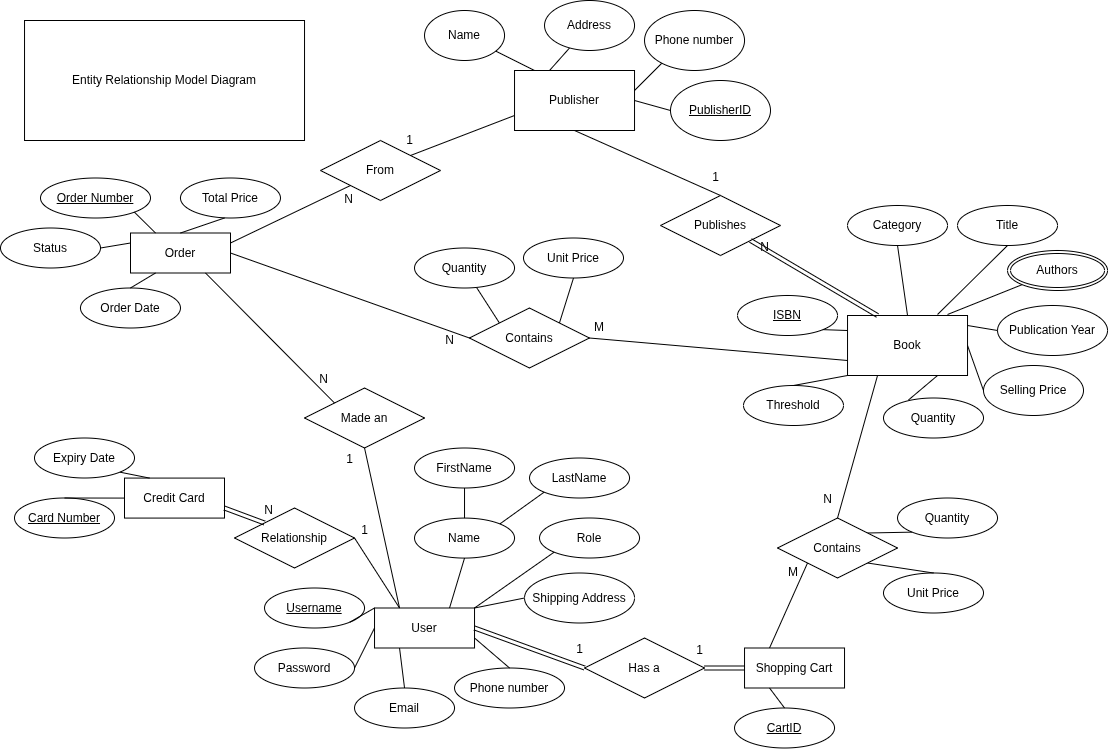
seifmaazouz/order-processing-system keeps this draw.io diagram as src/Database/images/ERD.png. Above is the earlier version. Source tidied: cells renumbered, new cells last; positions are measured from the earlier drawing's top-left corner, leaving out a move shared by most shapes.
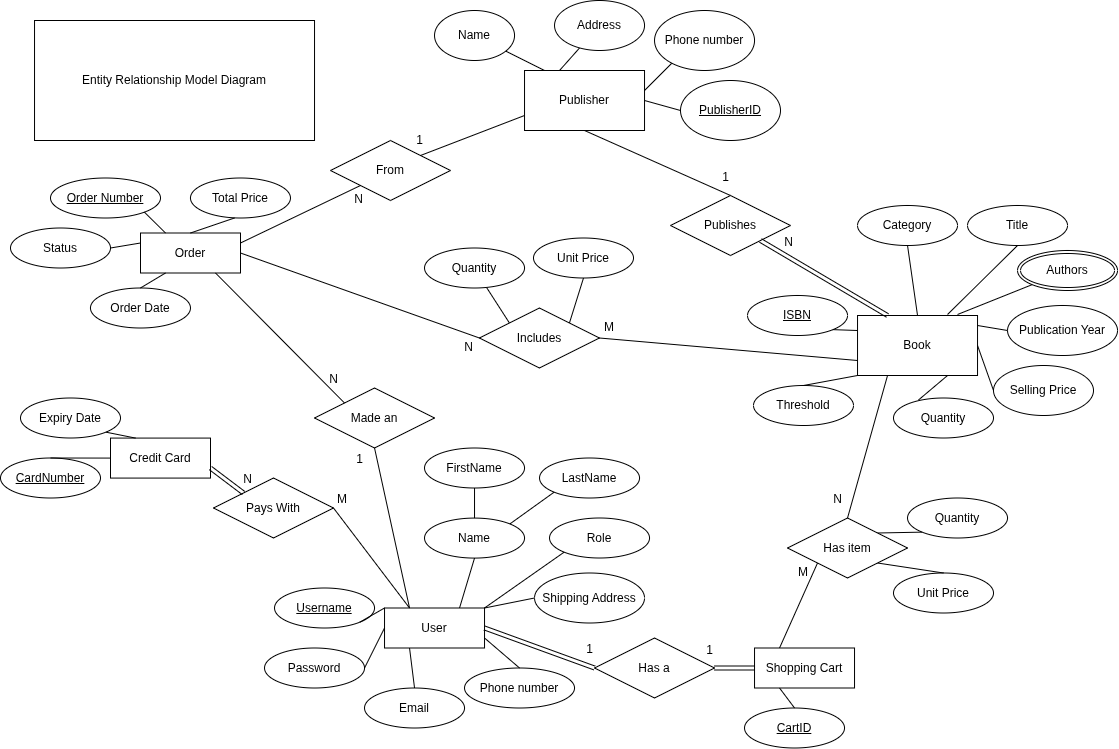
After the change.

Commit message:
Feature: added cardholder table to represent many to many relationship

The edit, as a diff of the source:
```diff
@@ -165,7 +165,7 @@
     </mxCell>
     <mxCell id="49" value="N" style="html=1;whiteSpace=wrap;align=right;verticalAlign=bottom;" parent="48" vertex="1">
       <mxGeometry x="1" relative="1" as="geometry">
-        <mxPoint x="20" y="15" as="offset" />
+        <mxPoint x="34" y="10" as="offset" />
       </mxGeometry>
     </mxCell>
     <mxCell id="50" value="Quantity" style="ellipse;whiteSpace=wrap;html=1;align=center;" parent="1" vertex="1">
@@ -197,27 +197,27 @@
       </mxGeometry>
     </mxCell>
     <mxCell id="58" value="Credit Card" style="whiteSpace=wrap;html=1;align=center;" parent="1" vertex="1">
-      <mxGeometry x="124" y="477.6" width="100" height="40" as="geometry" />
+      <mxGeometry x="100" y="437.6" width="100" height="40" as="geometry" />
     </mxCell>
-    <mxCell id="59" value="Card Number" style="ellipse;whiteSpace=wrap;html=1;align=center;fontStyle=4;" parent="1" vertex="1">
-      <mxGeometry x="14" y="497.5" width="100" height="40" as="geometry" />
+    <mxCell id="59" value="CardNumber" style="ellipse;whiteSpace=wrap;html=1;align=center;fontStyle=4;" parent="1" vertex="1">
+      <mxGeometry x="-10" y="457.5" width="100" height="40" as="geometry" />
     </mxCell>
     <mxCell id="60" style="endArrow=none;html=1;rounded=0;exitX=0.5;exitY=0;exitDx=0;exitDy=0;entryX=0;entryY=0.5;entryDx=0;entryDy=0;" parent="1" edge="1" source="59" target="58">
       <mxGeometry relative="1" as="geometry" />
     </mxCell>
     <mxCell id="61" value="Expiry Date" style="ellipse;whiteSpace=wrap;html=1;align=center;" parent="1" vertex="1">
-      <mxGeometry x="34" y="437.5" width="100" height="40" as="geometry" />
+      <mxGeometry x="10" y="397.5" width="100" height="40" as="geometry" />
     </mxCell>
     <mxCell id="62" style="endArrow=none;html=1;rounded=0;exitX=0.25;exitY=0;exitDx=0;exitDy=0;entryX=1;entryY=1;entryDx=0;entryDy=0;" parent="1" edge="1" source="58" target="61">
       <mxGeometry relative="1" as="geometry" />
     </mxCell>
-    <mxCell id="63" value="Relationship" style="shape=rhombus;perimeter=rhombusPerimeter;whiteSpace=wrap;html=1;align=center;" parent="1" vertex="1">
-      <mxGeometry x="234" y="507.5" width="120" height="60" as="geometry" />
+    <mxCell id="63" value="Pays With" style="shape=rhombus;perimeter=rhombusPerimeter;whiteSpace=wrap;html=1;align=center;" parent="1" vertex="1">
+      <mxGeometry x="203" y="477.5" width="120" height="60" as="geometry" />
     </mxCell>
     <mxCell id="64" style="endArrow=none;html=1;rounded=0;exitX=0.25;exitY=0;exitDx=0;exitDy=0;entryX=1;entryY=0.5;entryDx=0;entryDy=0;" parent="1" edge="1" source="29" target="63">
       <mxGeometry relative="1" as="geometry" />
     </mxCell>
-    <mxCell id="65" value="1" style="html=1;whiteSpace=wrap;align=right;verticalAlign=bottom;" parent="64" vertex="1">
+    <mxCell id="65" value="M" style="html=1;whiteSpace=wrap;align=right;verticalAlign=bottom;" parent="64" vertex="1">
       <mxGeometry x="1" relative="1" as="geometry">
         <mxPoint x="15" as="offset" />
       </mxGeometry>
@@ -281,7 +281,7 @@
     </mxCell>
     <mxCell id="83" value="N" style="html=1;whiteSpace=wrap;align=right;verticalAlign=bottom;" parent="82" vertex="1">
       <mxGeometry x="1" relative="1" as="geometry">
-        <mxPoint x="-14" y="10" as="offset" />
+        <mxPoint x="-5" y="17" as="offset" />
       </mxGeometry>
     </mxCell>
     <mxCell id="84" style="endArrow=none;html=1;rounded=0;exitX=0;exitY=0.75;exitDx=0;exitDy=0;entryX=1;entryY=0.5;entryDx=0;entryDy=0;" parent="1" edge="1" source="11" target="96">
@@ -326,7 +326,7 @@
     <mxCell id="95" value="Entity Relationship Model Diagram" style="whiteSpace=wrap;html=1;align=center;" parent="1" vertex="1">
       <mxGeometry x="24" y="20" width="280" height="120" as="geometry" />
     </mxCell>
-    <mxCell id="96" value="Contains" style="shape=rhombus;perimeter=rhombusPerimeter;whiteSpace=wrap;html=1;align=center;" parent="1" vertex="1">
+    <mxCell id="96" value="Includes" style="shape=rhombus;perimeter=rhombusPerimeter;whiteSpace=wrap;html=1;align=center;" parent="1" vertex="1">
       <mxGeometry x="468.9" y="307.5" width="120" height="60" as="geometry" />
     </mxCell>
     <mxCell id="97" value="Name" style="ellipse;whiteSpace=wrap;html=1;align=center;" parent="1" vertex="1">
@@ -347,7 +347,7 @@
     <mxCell id="102" style="endArrow=none;html=1;rounded=0;exitX=1;exitY=0;exitDx=0;exitDy=0;entryX=0;entryY=1;entryDx=0;entryDy=0;" parent="1" edge="1" source="97" target="100">
       <mxGeometry relative="1" as="geometry" />
     </mxCell>
-    <mxCell id="103" value="Contains" style="shape=rhombus;perimeter=rhombusPerimeter;whiteSpace=wrap;html=1;align=center;" parent="1" vertex="1">
+    <mxCell id="103" value="Has item" style="shape=rhombus;perimeter=rhombusPerimeter;whiteSpace=wrap;html=1;align=center;" parent="1" vertex="1">
       <mxGeometry x="777" y="517.5" width="120" height="60" as="geometry" />
     </mxCell>
     <mxCell id="104" value="Role" style="ellipse;whiteSpace=wrap;html=1;align=center;" parent="1" vertex="1">
```
